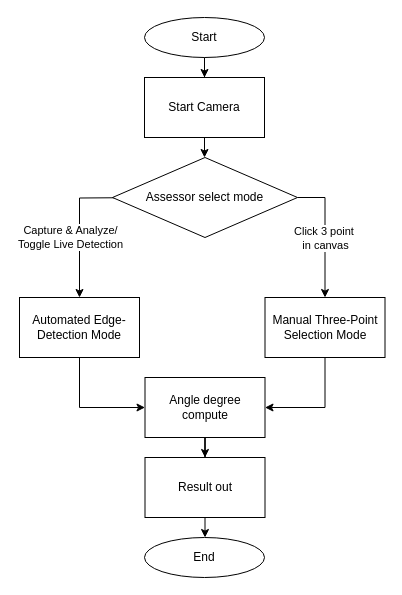
The draw.io diagram page "Page-2" (2 of 2) of Untitled Diagram 1.drawio in yumilor/yumilor, before the edit. Source tidied: cells renumbered, new cells numbered last; positions are measured from the earlier drawing's top-left corner, leaving out a move shared by most shapes. Both pictures are drawn from the tidied source at 100%, with x=0, y=0 at pixel (19, 17).
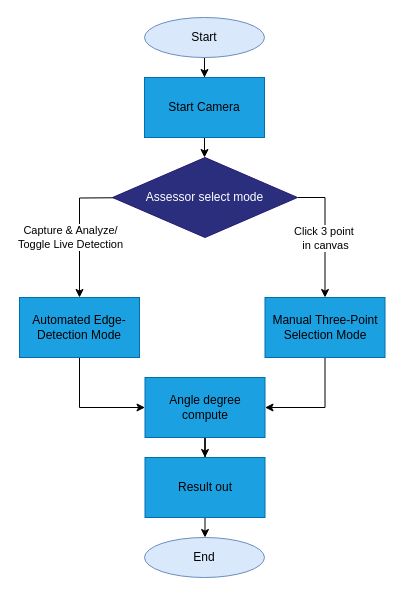
The same page after the edit.

The edit, as a diff of the source:
```diff
@@
-    <mxCell id="3" value="Start" style="ellipse;whiteSpace=wrap;html=1;" parent="1" vertex="1">
+    <mxCell id="3" value="Start" style="ellipse;whiteSpace=wrap;html=1;fillColor=#dae8fc;strokeColor=#6c8ebf;" parent="1" vertex="1">
       <mxGeometry x="125" width="120" height="40" as="geometry" />
     </mxCell>
@@
-    <mxCell id="5" value="Start Camera" style="whiteSpace=wrap;html=1;" parent="1" vertex="1">
+    <mxCell id="5" value="Start Camera" style="whiteSpace=wrap;html=1;fillColor=#1ba1e2;fontColor=#000000;strokeColor=#006EAF;" parent="1" vertex="1">
       <mxGeometry x="125" y="60" width="120" height="60" as="geometry" />
     </mxCell>
@@
-    <mxCell id="10" value="Assessor select mode" style="rhombus;whiteSpace=wrap;html=1;" parent="1" vertex="1">
+    <mxCell id="10" value="Assessor select mode" style="rhombus;whiteSpace=wrap;html=1;fillColor=#2A2E7D;fontColor=#ffffff;strokeColor=#241970;" parent="1" vertex="1">
       <mxGeometry x="93" y="140" width="185" height="80" as="geometry" />
     </mxCell>
@@
-    <mxCell id="12" value="Automated Edge-Detection Mode" style="whiteSpace=wrap;html=1;" parent="1" vertex="1">
+    <mxCell id="12" value="Automated Edge-Detection Mode" style="whiteSpace=wrap;html=1;fillColor=#1ba1e2;fontColor=#000000;strokeColor=#006EAF;" parent="1" vertex="1">
       <mxGeometry y="280" width="120" height="60" as="geometry" />
     </mxCell>
@@
-    <mxCell id="14" value="Manual Three-Point Selection Mode" style="whiteSpace=wrap;html=1;" parent="1" vertex="1">
+    <mxCell id="14" value="Manual Three-Point Selection Mode" style="whiteSpace=wrap;html=1;fillColor=#1ba1e2;fontColor=#000000;strokeColor=#006EAF;" parent="1" vertex="1">
       <mxGeometry x="245.5" y="280" width="120" height="60" as="geometry" />
     </mxCell>
@@
-    <mxCell id="16" value="Angle degree compute" style="whiteSpace=wrap;html=1;" parent="1" vertex="1">
+    <mxCell id="16" value="Angle degree compute" style="whiteSpace=wrap;html=1;fillColor=#1ba1e2;fontColor=#000000;strokeColor=#006EAF;" parent="1" vertex="1">
       <mxGeometry x="125.5" y="360" width="120" height="60" as="geometry" />
     </mxCell>
@@
-    <mxCell id="18" value="Result out" style="whiteSpace=wrap;html=1;" parent="1" vertex="1">
+    <mxCell id="18" value="Result out" style="whiteSpace=wrap;html=1;fillColor=#1ba1e2;fontColor=#000000;strokeColor=#006EAF;" parent="1" vertex="1">
       <mxGeometry x="125.5" y="440" width="120" height="60" as="geometry" />
     </mxCell>
-    <mxCell id="19" value="End" style="ellipse;whiteSpace=wrap;html=1;" parent="1" vertex="1">
+    <mxCell id="19" value="End" style="ellipse;whiteSpace=wrap;html=1;fillColor=#dae8fc;strokeColor=#6c8ebf;" parent="1" vertex="1">
       <mxGeometry x="125" y="520" width="120" height="40" as="geometry" />
     </mxCell>
```
